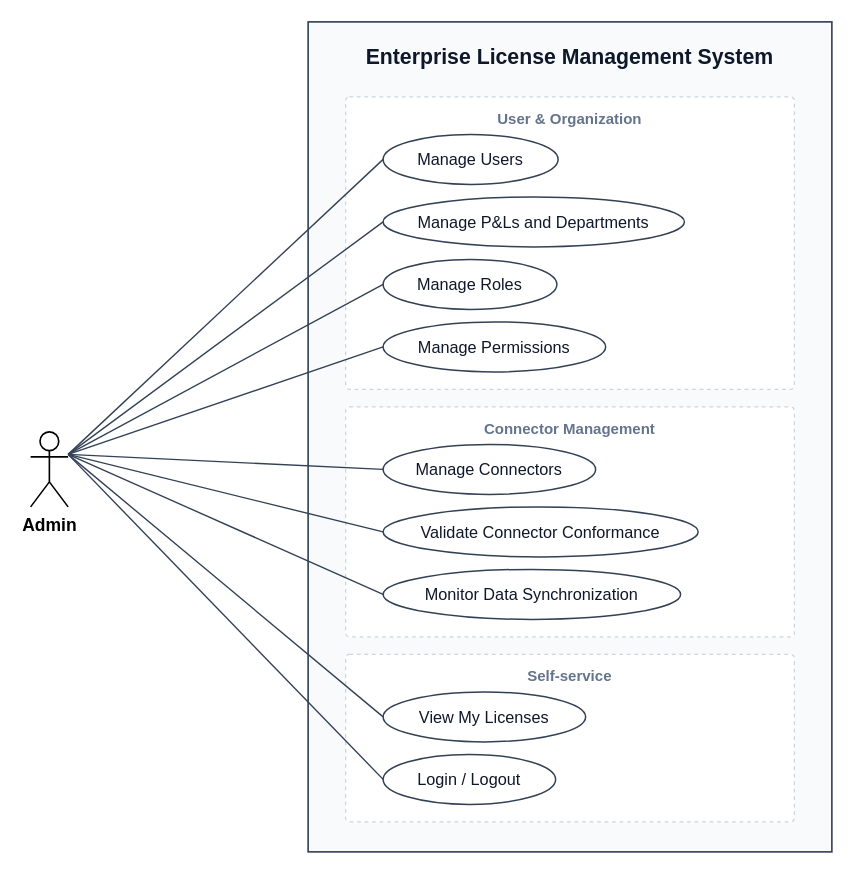
Before: docs/diagrams/out/uc_admin.drawio in cuonglpv/VFast, a draw.io diagram. Source tidied: cells renumbered, new cells numbered last; positions are measured from the earlier drawing's top-left corner, leaving out a move shared by most shapes. Both pictures are drawn from the tidied source at 125%, with x=0, y=0 at pixel (30, 21).
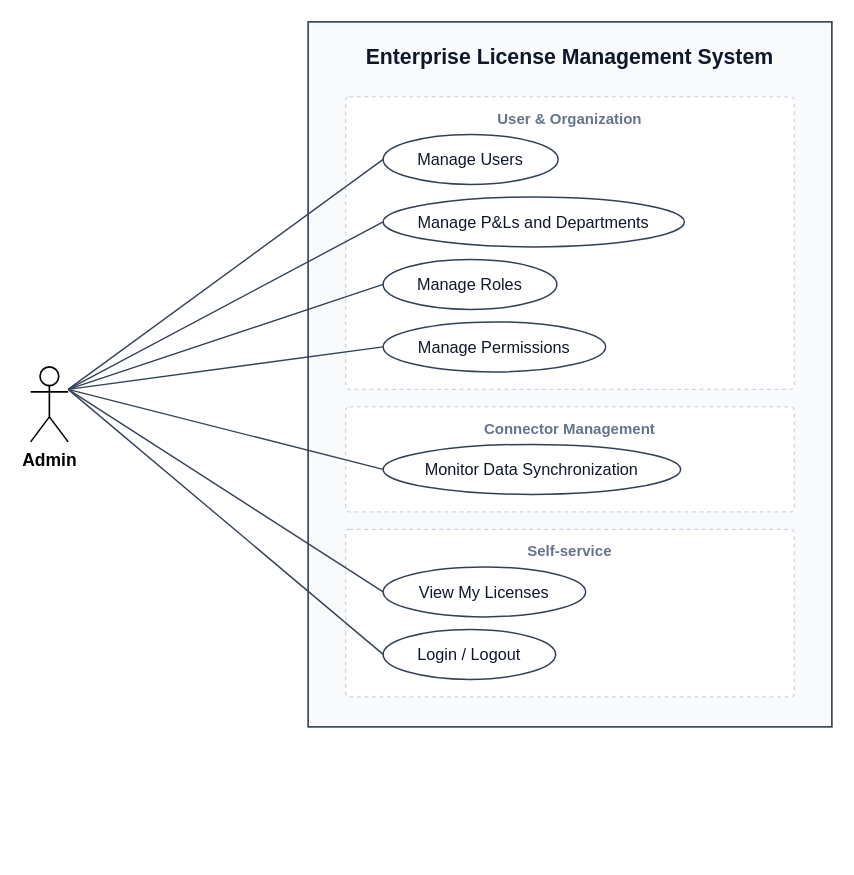
The same diagram, later.

The change refers to these unchanged cells:
```xml
<mxCell id="6" value="Manage Users" style="ellipse;whiteSpace=wrap;html=1;fillColor=#ffffff;strokeColor=#334155;strokeWidth=1.2;fontSize=13;fontColor=#0f172a;fontFamily=Arial;" parent="1" vertex="1">
  <mxGeometry x="282" y="90" width="140" height="40" as="geometry" />
</mxCell>
<mxCell id="7" value="Manage P&amp;Ls and Departments" style="ellipse;whiteSpace=wrap;html=1;fillColor=#ffffff;strokeColor=#334155;strokeWidth=1.2;fontSize=13;fontColor=#0f172a;fontFamily=Arial;" parent="1" vertex="1">
  <mxGeometry x="282" y="140" width="241" height="40" as="geometry" />
</mxCell>
<mxCell id="8" value="Manage Roles" style="ellipse;whiteSpace=wrap;html=1;fillColor=#ffffff;strokeColor=#334155;strokeWidth=1.2;fontSize=13;fontColor=#0f172a;fontFamily=Arial;" parent="1" vertex="1">
  <mxGeometry x="282" y="190" width="139" height="40" as="geometry" />
</mxCell>
<mxCell id="9" value="Manage Permissions" style="ellipse;whiteSpace=wrap;html=1;fillColor=#ffffff;strokeColor=#334155;strokeWidth=1.2;fontSize=13;fontColor=#0f172a;fontFamily=Arial;" parent="1" vertex="1">
  <mxGeometry x="282" y="240" width="178" height="40" as="geometry" />
</mxCell>
```

What changed in the source:
```diff
@@
     <mxCell id="2" value="Enterprise License Management System" style="rounded=0;whiteSpace=wrap;html=1;fillColor=#F8FAFC;strokeColor=#334155;strokeWidth=1.3;verticalAlign=top;fontSize=17;fontStyle=1;fontColor=#0f172a;spacingTop=12;fontFamily=Arial;" parent="1" vertex="1">
-      <mxGeometry x="222" width="419" height="664" as="geometry" />
+      <mxGeometry x="222" width="419" height="564" as="geometry" />
     </mxCell>
@@
     <mxCell id="4" value="Connector Management" style="rounded=1;arcSize=6;absoluteArcSize=1;whiteSpace=wrap;html=1;fillColor=#ffffff;strokeColor=#CBD5E1;dashed=1;strokeWidth=1;verticalAlign=top;align=center;spacingTop=4;fontSize=12;fontStyle=1;fontColor=#64748B;fontFamily=Arial;" parent="1" vertex="1">
-      <mxGeometry x="252" y="308" width="359" height="184" as="geometry" />
+      <mxGeometry x="252" y="308" width="359" height="84" as="geometry" />
     </mxCell>
     <mxCell id="5" value="Self-service" style="rounded=1;arcSize=6;absoluteArcSize=1;whiteSpace=wrap;html=1;fillColor=#ffffff;strokeColor=#CBD5E1;dashed=1;strokeWidth=1;verticalAlign=top;align=center;spacingTop=4;fontSize=12;fontStyle=1;fontColor=#64748B;fontFamily=Arial;" parent="1" vertex="1">
-      <mxGeometry x="252" y="506" width="359" height="134" as="geometry" />
+      <mxGeometry x="252" y="406" width="359" height="134" as="geometry" />
     </mxCell>
@@
-    <mxCell id="10" value="Manage Connectors" style="ellipse;whiteSpace=wrap;html=1;fillColor=#ffffff;strokeColor=#334155;strokeWidth=1.2;fontSize=13;fontColor=#0f172a;fontFamily=Arial;" parent="1" vertex="1">
-      <mxGeometry x="282" y="338" width="170" height="40" as="geometry" />
+    <mxCell id="10" value="Monitor Data Synchronization" style="ellipse;whiteSpace=wrap;html=1;fillColor=#ffffff;strokeColor=#334155;strokeWidth=1.2;fontSize=13;fontColor=#0f172a;fontFamily=Arial;" parent="1" vertex="1">
+      <mxGeometry x="282" y="338" width="238" height="40" as="geometry" />
     </mxCell>
-    <mxCell id="11" value="Validate Connector Conformance" style="ellipse;whiteSpace=wrap;html=1;fillColor=#ffffff;strokeColor=#334155;strokeWidth=1.2;fontSize=13;fontColor=#0f172a;fontFamily=Arial;" parent="1" vertex="1">
-      <mxGeometry x="282" y="388" width="252" height="40" as="geometry" />
+    <mxCell id="11" value="View My Licenses" style="ellipse;whiteSpace=wrap;html=1;fillColor=#ffffff;strokeColor=#334155;strokeWidth=1.2;fontSize=13;fontColor=#0f172a;fontFamily=Arial;" parent="1" vertex="1">
+      <mxGeometry x="282" y="436" width="162" height="40" as="geometry" />
     </mxCell>
-    <mxCell id="12" value="Monitor Data Synchronization" style="ellipse;whiteSpace=wrap;html=1;fillColor=#ffffff;strokeColor=#334155;strokeWidth=1.2;fontSize=13;fontColor=#0f172a;fontFamily=Arial;" parent="1" vertex="1">
-      <mxGeometry x="282" y="438" width="238" height="40" as="geometry" />
+    <mxCell id="12" value="Login / Logout" style="ellipse;whiteSpace=wrap;html=1;fillColor=#ffffff;strokeColor=#334155;strokeWidth=1.2;fontSize=13;fontColor=#0f172a;fontFamily=Arial;" parent="1" vertex="1">
+      <mxGeometry x="282" y="486" width="138" height="40" as="geometry" />
     </mxCell>
-    <mxCell id="13" value="View My Licenses" style="ellipse;whiteSpace=wrap;html=1;fillColor=#ffffff;strokeColor=#334155;strokeWidth=1.2;fontSize=13;fontColor=#0f172a;fontFamily=Arial;" parent="1" vertex="1">
-      <mxGeometry x="282" y="536" width="162" height="40" as="geometry" />
+    <mxCell id="13" value="Admin" style="shape=umlActor;verticalLabelPosition=bottom;verticalAlign=top;html=1;outlineConnect=0;fontSize=14;fontStyle=1;fontFamily=Arial;strokeWidth=1.3;" parent="1" vertex="1">
+      <mxGeometry y="276" width="30" height="60" as="geometry" />
     </mxCell>
-    <mxCell id="14" value="Login / Logout" style="ellipse;whiteSpace=wrap;html=1;fillColor=#ffffff;strokeColor=#334155;strokeWidth=1.2;fontSize=13;fontColor=#0f172a;fontFamily=Arial;" parent="1" vertex="1">
-      <mxGeometry x="282" y="586" width="138" height="40" as="geometry" />
+    <mxCell id="14" style="endArrow=none;html=1;rounded=0;strokeColor=#334155;strokeWidth=1.1;exitX=1;exitY=0.3;exitDx=0;exitDy=0;exitPerimeter=0;entryX=0;entryY=0.5;entryDx=0;entryDy=0;" parent="1" edge="1" source="13" target="6">
+      <mxGeometry relative="1" as="geometry" />
     </mxCell>
-    <mxCell id="15" value="Admin" style="shape=umlActor;verticalLabelPosition=bottom;verticalAlign=top;html=1;outlineConnect=0;fontSize=14;fontStyle=1;fontFamily=Arial;strokeWidth=1.3;" parent="1" vertex="1">
-      <mxGeometry y="328" width="30" height="60" as="geometry" />
+    <mxCell id="15" style="endArrow=none;html=1;rounded=0;strokeColor=#334155;strokeWidth=1.1;exitX=1;exitY=0.3;exitDx=0;exitDy=0;exitPerimeter=0;entryX=0;entryY=0.5;entryDx=0;entryDy=0;" parent="1" edge="1" source="13" target="7">
+      <mxGeometry relative="1" as="geometry" />
     </mxCell>
-    <mxCell id="16" style="endArrow=none;html=1;rounded=0;strokeColor=#334155;strokeWidth=1.1;exitX=1;exitY=0.3;exitDx=0;exitDy=0;exitPerimeter=0;entryX=0;entryY=0.5;entryDx=0;entryDy=0;" parent="1" edge="1" source="15" target="6">
+    <mxCell id="16" style="endArrow=none;html=1;rounded=0;strokeColor=#334155;strokeWidth=1.1;exitX=1;exitY=0.3;exitDx=0;exitDy=0;exitPerimeter=0;entryX=0;entryY=0.5;entryDx=0;entryDy=0;" parent="1" edge="1" source="13" target="8">
       <mxGeometry relative="1" as="geometry" />
     </mxCell>
-    <mxCell id="17" style="endArrow=none;html=1;rounded=0;strokeColor=#334155;strokeWidth=1.1;exitX=1;exitY=0.3;exitDx=0;exitDy=0;exitPerimeter=0;entryX=0;entryY=0.5;entryDx=0;entryDy=0;" parent="1" edge="1" source="15" target="7">
+    <mxCell id="17" style="endArrow=none;html=1;rounded=0;strokeColor=#334155;strokeWidth=1.1;exitX=1;exitY=0.3;exitDx=0;exitDy=0;exitPerimeter=0;entryX=0;entryY=0.5;entryDx=0;entryDy=0;" parent="1" edge="1" source="13" target="9">
       <mxGeometry relative="1" as="geometry" />
     </mxCell>
-    <mxCell id="18" style="endArrow=none;html=1;rounded=0;strokeColor=#334155;strokeWidth=1.1;exitX=1;exitY=0.3;exitDx=0;exitDy=0;exitPerimeter=0;entryX=0;entryY=0.5;entryDx=0;entryDy=0;" parent="1" edge="1" source="15" target="8">
+    <mxCell id="18" style="endArrow=none;html=1;rounded=0;strokeColor=#334155;strokeWidth=1.1;exitX=1;exitY=0.3;exitDx=0;exitDy=0;exitPerimeter=0;entryX=0;entryY=0.5;entryDx=0;entryDy=0;" parent="1" edge="1" source="13" target="10">
       <mxGeometry relative="1" as="geometry" />
     </mxCell>
-    <mxCell id="19" style="endArrow=none;html=1;rounded=0;strokeColor=#334155;strokeWidth=1.1;exitX=1;exitY=0.3;exitDx=0;exitDy=0;exitPerimeter=0;entryX=0;entryY=0.5;entryDx=0;entryDy=0;" parent="1" edge="1" source="15" target="9">
+    <mxCell id="19" style="endArrow=none;html=1;rounded=0;strokeColor=#334155;strokeWidth=1.1;exitX=1;exitY=0.3;exitDx=0;exitDy=0;exitPerimeter=0;entryX=0;entryY=0.5;entryDx=0;entryDy=0;" parent="1" edge="1" source="13" target="11">
       <mxGeometry relative="1" as="geometry" />
     </mxCell>
-    <mxCell id="20" style="endArrow=none;html=1;rounded=0;strokeColor=#334155;strokeWidth=1.1;exitX=1;exitY=0.3;exitDx=0;exitDy=0;exitPerimeter=0;entryX=0;entryY=0.5;entryDx=0;entryDy=0;" parent="1" edge="1" source="15" target="10">
+    <mxCell id="20" style="endArrow=none;html=1;rounded=0;strokeColor=#334155;strokeWidth=1.1;exitX=1;exitY=0.3;exitDx=0;exitDy=0;exitPerimeter=0;entryX=0;entryY=0.5;entryDx=0;entryDy=0;" parent="1" edge="1" source="13" target="12">
       <mxGeometry relative="1" as="geometry" />
     </mxCell>
-    <mxCell id="21" style="endArrow=none;html=1;rounded=0;strokeColor=#334155;strokeWidth=1.1;exitX=1;exitY=0.3;exitDx=0;exitDy=0;exitPerimeter=0;entryX=0;entryY=0.5;entryDx=0;entryDy=0;" parent="1" edge="1" source="15" target="11">
-      <mxGeometry relative="1" as="geometry" />
-    </mxCell>
-    <mxCell id="22" style="endArrow=none;html=1;rounded=0;strokeColor=#334155;strokeWidth=1.1;exitX=1;exitY=0.3;exitDx=0;exitDy=0;exitPerimeter=0;entryX=0;entryY=0.5;entryDx=0;entryDy=0;" parent="1" edge="1" source="15" target="12">
-      <mxGeometry relative="1" as="geometry" />
-    </mxCell>
-    <mxCell id="23" style="endArrow=none;html=1;rounded=0;strokeColor=#334155;strokeWidth=1.1;exitX=1;exitY=0.3;exitDx=0;exitDy=0;exitPerimeter=0;entryX=0;entryY=0.5;entryDx=0;entryDy=0;" parent="1" edge="1" source="15" target="13">
-      <mxGeometry relative="1" as="geometry" />
-    </mxCell>
-    <mxCell id="24" style="endArrow=none;html=1;rounded=0;strokeColor=#334155;strokeWidth=1.1;exitX=1;exitY=0.3;exitDx=0;exitDy=0;exitPerimeter=0;entryX=0;entryY=0.5;entryDx=0;entryDy=0;" parent="1" edge="1" source="15" target="14">
-      <mxGeometry relative="1" as="geometry" />
-    </mxCell>
```
